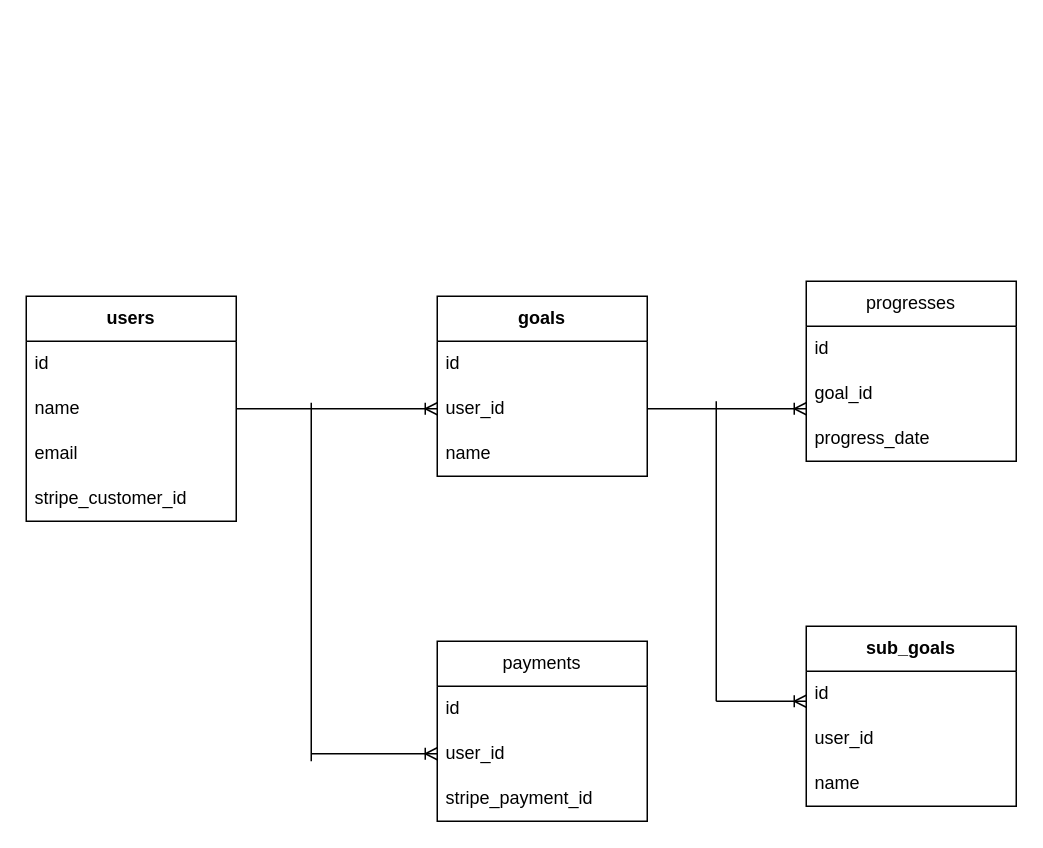
Before: er.draw.dio in yoichi0615/nest-ddd, a draw.io diagram. Source tidied: cells renumbered, new cells numbered last; positions are measured from the earlier drawing's top-left corner, leaving out a move shared by most shapes. Both pictures are drawn from the tidied source at 150%, with x=0, y=0 at pixel (26, 280).
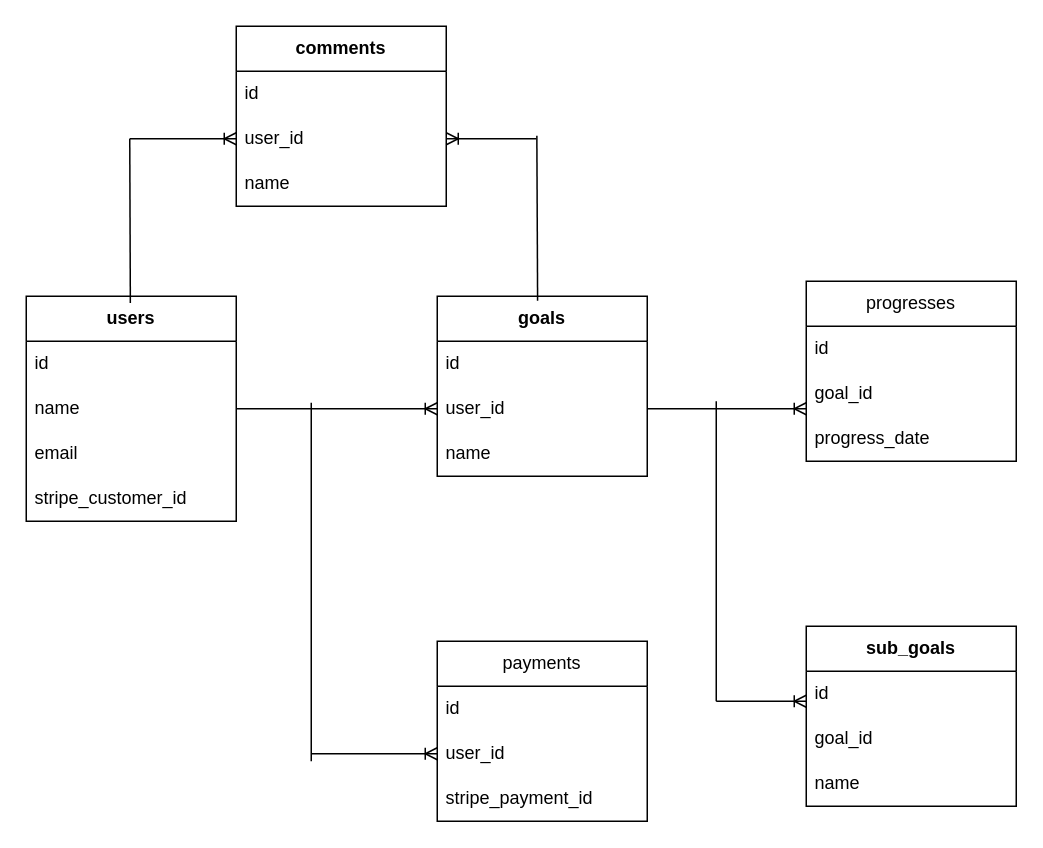
The same diagram, later.

Unchanged cells that the change refers to:
```xml
<mxCell id="23" value="sub_goals" style="swimlane;fontStyle=1;horizontal=1;startSize=30;whiteSpace=wrap;html=1;" parent="1" vertex="1">
  <mxGeometry x="520" y="230" width="140" height="120" as="geometry" />
</mxCell>
```

The edit, as a diff of the source:
```diff
@@
-    <mxCell id="25" value="user_id" style="text;strokeColor=none;fillColor=none;align=left;verticalAlign=middle;spacingLeft=4;spacingRight=4;overflow=hidden;whiteSpace=wrap;html=1;" parent="23" vertex="1">
+    <mxCell id="25" value="goal_id" style="text;strokeColor=none;fillColor=none;align=left;verticalAlign=middle;spacingLeft=4;spacingRight=4;overflow=hidden;whiteSpace=wrap;html=1;" parent="23" vertex="1">
       <mxGeometry y="60" width="140" height="30" as="geometry" />
     </mxCell>
@@
+    <mxCell id="29" value="comments" style="swimlane;fontStyle=1;horizontal=1;startSize=30;whiteSpace=wrap;html=1;" parent="1" vertex="1">
+      <mxGeometry x="140" y="-170" width="140" height="120" as="geometry" />
+    </mxCell>
+    <mxCell id="30" value="id" style="text;strokeColor=none;fillColor=none;align=left;verticalAlign=middle;spacingLeft=4;spacingRight=4;overflow=hidden;whiteSpace=wrap;html=1;" parent="29" vertex="1">
+      <mxGeometry y="30" width="140" height="30" as="geometry" />
+    </mxCell>
+    <mxCell id="31" value="user_id" style="text;strokeColor=none;fillColor=none;align=left;verticalAlign=middle;spacingLeft=4;spacingRight=4;overflow=hidden;points=[[0,0.5],[1,0.5]];portConstraint=eastwest;whiteSpace=wrap;html=1;" parent="29" vertex="1">
+      <mxGeometry y="60" width="140" height="30" as="geometry" />
+    </mxCell>
+    <mxCell id="32" value="name" style="text;strokeColor=none;fillColor=none;align=left;verticalAlign=middle;spacingLeft=4;spacingRight=4;overflow=hidden;whiteSpace=wrap;html=1;" parent="29" vertex="1">
+      <mxGeometry y="90" width="140" height="30" as="geometry" />
+    </mxCell>
+    <mxCell id="33" style="edgeStyle=none;html=1;endArrow=ERoneToMany;endFill=0;entryX=0;entryY=0.5;entryDx=0;entryDy=0;" parent="1" edge="1" target="31">
+      <mxGeometry relative="1" as="geometry">
+        <mxPoint x="69" y="-95" as="sourcePoint" />
+      </mxGeometry>
+    </mxCell>
+    <mxCell id="34" style="edgeStyle=none;html=1;endArrow=none;endFill=0;" parent="1" edge="1">
+      <mxGeometry relative="1" as="geometry">
+        <mxPoint x="69" y="-95" as="sourcePoint" />
+        <mxPoint x="69.4" y="14.5" as="targetPoint" />
+      </mxGeometry>
+    </mxCell>
+    <mxCell id="35" style="edgeStyle=none;html=1;endArrow=none;endFill=0;horizontal=1;" parent="1" edge="1">
+      <mxGeometry relative="1" as="geometry">
+        <mxPoint x="340.4" y="-97" as="sourcePoint" />
+        <mxPoint x="340.9" y="13" as="targetPoint" />
+      </mxGeometry>
+    </mxCell>
+    <mxCell id="36" style="edgeStyle=none;html=1;endArrow=ERoneToMany;endFill=0;entryX=1;entryY=0.5;entryDx=0;entryDy=0;" parent="1" edge="1" target="31">
+      <mxGeometry relative="1" as="geometry">
+        <mxPoint x="340" y="-95" as="sourcePoint" />
+      </mxGeometry>
+    </mxCell>
```
